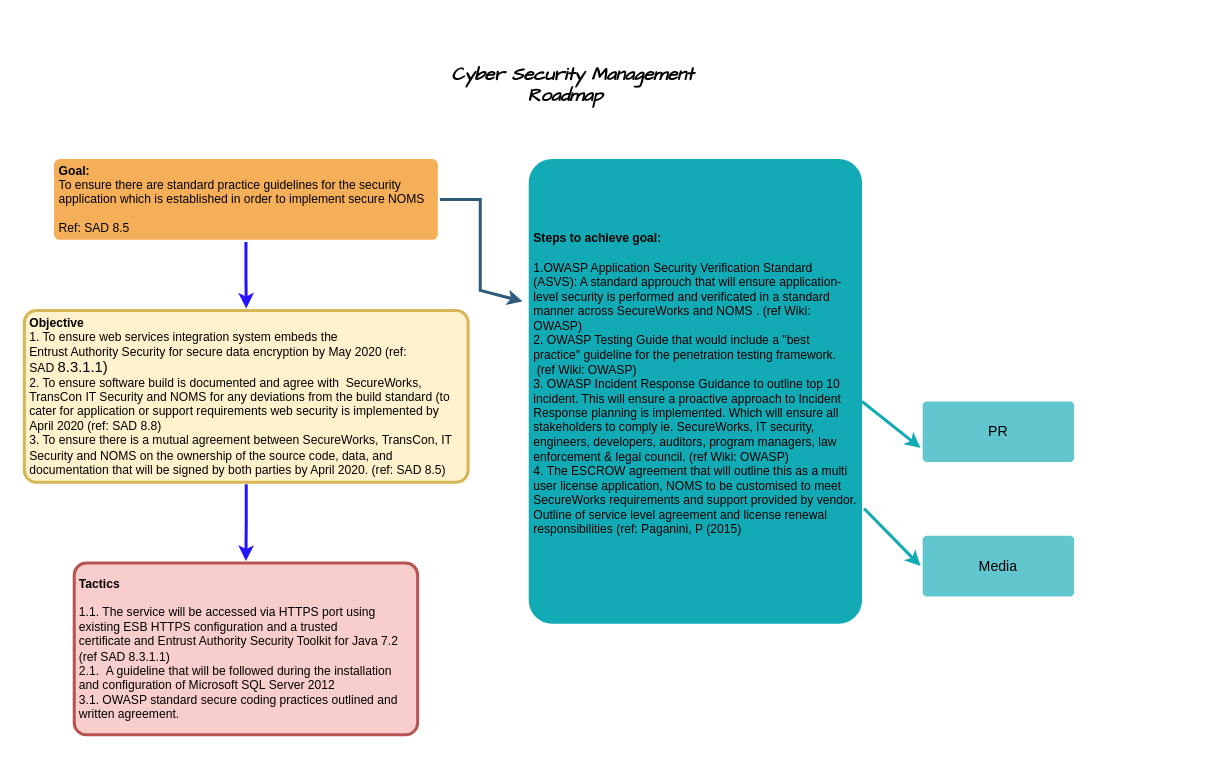
manisharj/datafiles keeps this draw.io diagram as Untitled Diagram.drawio. Above is the earlier version. Source tidied: cells renumbered, new cells numbered last; positions are measured from the earlier drawing's top-left corner, leaving out a move shared by most shapes. Both pictures are drawn from the tidied source at 101%, with x=0, y=0 at pixel (24, 17).
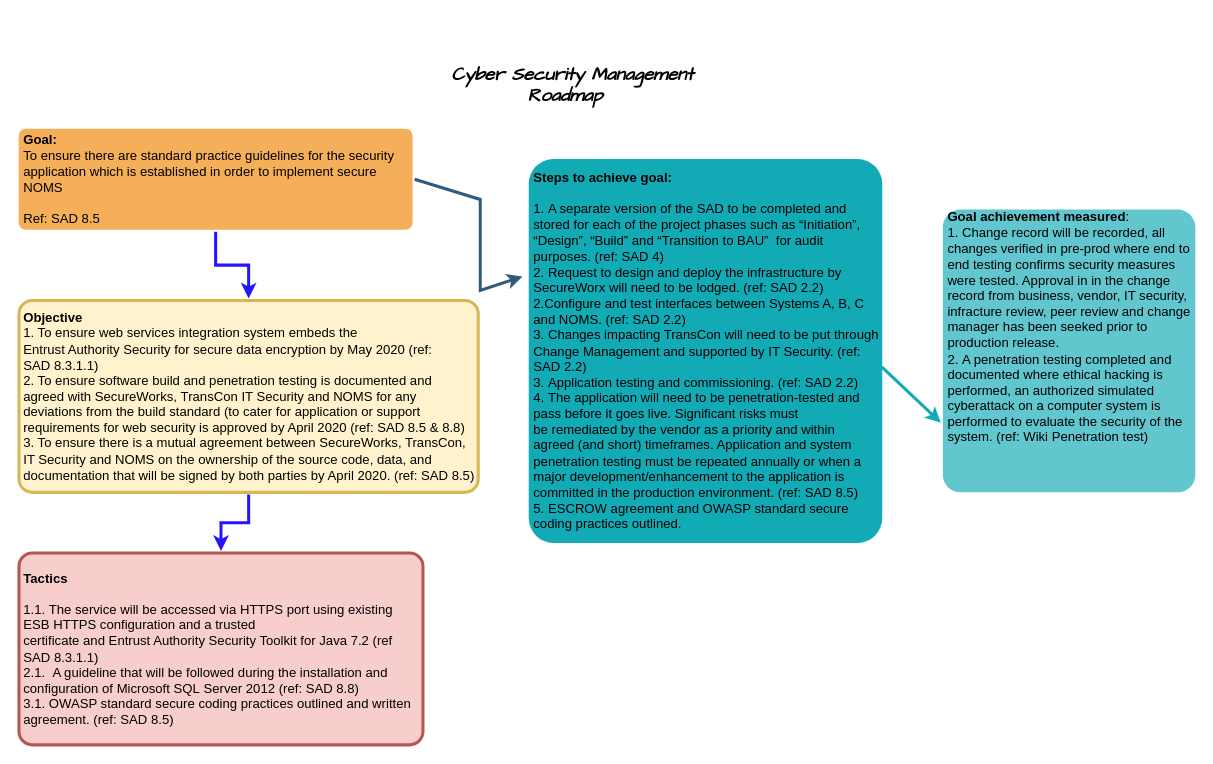
After the change.

What changed in the source:
```diff
@@
 <mxGraphModel background="#ffffff">
   <root>
     <mxCell id="0" />
     <mxCell id="1" parent="0" />
     <mxCell id="2" style="edgeStyle=none;rounded=0;jumpStyle=none;html=1;shadow=0;labelBackgroundColor=none;startArrow=none;startFill=0;endArrow=classic;endFill=1;jettySize=auto;strokeColor=#2F5B7C;strokeWidth=3;fontFamily=Helvetica;fontSize=16;fontColor=#23445D;spacing=5;exitX=1;exitY=0.5;exitDx=0;exitDy=0;entryX=-0.012;entryY=0.308;entryDx=0;entryDy=0;entryPerimeter=0;" parent="1" edge="1" source="7" target="8">
       <mxGeometry relative="1" as="geometry">
         <Array as="points">
           <mxPoint x="451" y="180" />
           <mxPoint x="451" y="270" />
         </Array>
       </mxGeometry>
     </mxCell>
-    <mxCell id="3" value="&lt;b&gt;Tactics&lt;/b&gt;&lt;br&gt;&lt;br&gt;1.1.&amp;nbsp;&lt;span&gt;The service will be accessed via HTTPS port using existing ESB HTTPS configuration and a trusted&lt;/span&gt;&lt;div&gt;certificate and&amp;nbsp;Entrust Authority Security Toolkit for Java 7.2 (ref SAD 8.3.1.1)&lt;/div&gt;2.1.&amp;nbsp;&lt;span&gt;&amp;nbsp;A guideline that will be followed during the installation and configuration of Microsoft SQL&amp;nbsp;&lt;/span&gt;&lt;span&gt;Server 2012&lt;/span&gt;&lt;span&gt;&lt;br&gt;&lt;/span&gt;3.1.&amp;nbsp;OWASP standard secure coding practices outlined and written agreement.&amp;nbsp;" style="rounded=1;whiteSpace=wrap;html=1;shadow=0;labelBackgroundColor=none;strokeColor=#b85450;strokeWidth=3;fillColor=#f8cecc;fontFamily=Helvetica;fontSize=12;align=left;fontStyle=0;spacing=5;arcSize=7;perimeterSpacing=2;" parent="1" vertex="1">
-      <mxGeometry x="49" y="540" width="340" height="170" as="geometry" />
+    <mxCell id="3" value="&lt;b style=&quot;font-size: 13px;&quot;&gt;Tactics&lt;/b&gt;&lt;br style=&quot;font-size: 13px;&quot;&gt;&lt;br style=&quot;font-size: 13px;&quot;&gt;1.1.&amp;nbsp;&lt;span style=&quot;font-size: 13px;&quot;&gt;The service will be accessed via HTTPS port using existing ESB HTTPS configuration and a trusted&lt;/span&gt;&lt;div style=&quot;font-size: 13px;&quot;&gt;certificate and&amp;nbsp;Entrust Authority Security Toolkit for Java 7.2 (ref SAD 8.3.1.1)&lt;/div&gt;2.1.&amp;nbsp;&lt;span style=&quot;font-size: 13px;&quot;&gt;&amp;nbsp;A guideline that will be followed during the installation and configuration of Microsoft SQL&amp;nbsp;&lt;/span&gt;&lt;span style=&quot;font-size: 13px;&quot;&gt;Server 2012&amp;nbsp;&lt;/span&gt;(ref: SAD 8.8)&lt;span style=&quot;font-size: 13px;&quot;&gt;&lt;br style=&quot;font-size: 13px;&quot;&gt;&lt;/span&gt;3.1.&amp;nbsp;OWASP standard secure coding practices outlined and written agreement. (ref: SAD 8.5)" style="rounded=1;whiteSpace=wrap;html=1;shadow=0;labelBackgroundColor=none;strokeColor=#b85450;strokeWidth=3;fillColor=#f8cecc;fontFamily=Helvetica;fontSize=13;align=left;fontStyle=0;spacing=5;arcSize=7;perimeterSpacing=2;" parent="1" vertex="1">
+      <mxGeometry x="-5.7" y="530" width="400" height="190" as="geometry" />
     </mxCell>
     <mxCell id="4" style="edgeStyle=orthogonalEdgeStyle;rounded=0;jettySize=auto;html=1;strokeColor=#2414FF;strokeWidth=3;fontFamily=Comic Sans MS;fontSize=12;fontColor=#000000;" parent="1" edge="1" source="5" target="3">
       <mxGeometry relative="1" as="geometry" />
     </mxCell>
-    <mxCell id="5" value="&lt;b&gt;&lt;br&gt;Objective&lt;br&gt;&lt;/b&gt;1. To ensure  web services integration system embeds the&lt;br&gt;Entrust Authority Security for secure data encryption by May 2020 (ref: SAD&amp;nbsp;&lt;span style=&quot;font-size: 11.0pt ; line-height: 107% ; font-family: &amp;#34;calibri&amp;#34; , sans-serif&quot;&gt;8.3.1.1)&lt;/span&gt;&lt;br&gt;2. To ensure software build is documented and agree with&amp;nbsp; SecureWorks,&lt;br&gt;TransCon&amp;nbsp;IT Security and NOMS for any deviations from the build standard (to cater for&amp;nbsp;application or support requirements web security is implemented by April 2020 (ref: SAD 8.8)&lt;br&gt;3. To ensure there is a mutual agreement between SecureWorks, TransCon, IT Security and NOMS on the ownership of the source code, data, and documentation that will be signed by both parties by April 2020. (ref: SAD 8.5)&lt;br&gt;&amp;nbsp;&amp;nbsp;" style="rounded=1;whiteSpace=wrap;html=1;shadow=0;labelBackgroundColor=none;strokeColor=#d6b656;strokeWidth=3;fillColor=#fff2cc;fontFamily=Helvetica;fontSize=12;align=left;spacing=5;fontStyle=0;arcSize=7;perimeterSpacing=2;" parent="1" vertex="1">
-      <mxGeometry x="-0.4" y="290" width="439.4" height="170" as="geometry" />
+    <mxCell id="5" value="&lt;b style=&quot;font-size: 13px&quot;&gt;&lt;br style=&quot;font-size: 13px&quot;&gt;Objective&lt;br style=&quot;font-size: 13px&quot;&gt;&lt;/b&gt;1. To ensure  web services integration system embeds the&lt;br style=&quot;font-size: 13px&quot;&gt;Entrust Authority Security for secure data encryption by May 2020 (ref: SAD&amp;nbsp;&lt;span style=&quot;font-size: 13px ; line-height: 107% ; font-family: &amp;#34;calibri&amp;#34; , sans-serif&quot;&gt;8.3.1.1)&lt;/span&gt;&lt;br style=&quot;font-size: 13px&quot;&gt;2. To ensure software build and penetration testing is documented and agreed with SecureWorks,&amp;nbsp;TransCon&amp;nbsp;IT Security and NOMS for any deviations from the build standard (to cater for&amp;nbsp;application or support requirements for web security is approved by April 2020 (ref: SAD 8.5 &amp;amp; 8.8)&lt;br style=&quot;font-size: 13px&quot;&gt;3. To ensure there is a mutual agreement between SecureWorks, TransCon, IT Security and NOMS on the ownership of the source code, data, and documentation that will be signed by both parties by April 2020. (ref: SAD 8.5)&lt;br style=&quot;font-size: 13px&quot;&gt;&amp;nbsp;&amp;nbsp;" style="rounded=1;whiteSpace=wrap;html=1;shadow=0;labelBackgroundColor=none;strokeColor=#d6b656;strokeWidth=3;fillColor=#fff2cc;fontFamily=Helvetica;fontSize=13;align=left;spacing=5;fontStyle=0;arcSize=7;perimeterSpacing=2;" parent="1" vertex="1">
+      <mxGeometry x="-5.7" y="280" width="454.7" height="190" as="geometry" />
     </mxCell>
     <mxCell id="6" style="edgeStyle=orthogonalEdgeStyle;rounded=0;jettySize=auto;html=1;exitX=0.5;exitY=1;exitDx=0;exitDy=0;entryX=0.5;entryY=0;entryDx=0;entryDy=0;fontFamily=Comic Sans MS;fontSize=12;fontColor=#000000;strokeColor=#2414FF;strokeWidth=3;" parent="1" edge="1" source="7" target="5">
       <mxGeometry relative="1" as="geometry" />
     </mxCell>
-    <mxCell id="7" value="&lt;b&gt;Goal:&lt;/b&gt; &lt;br&gt;To ensure there are standard practice guidelines for the security application which is established in order to implement secure NOMS&lt;br style=&quot;font-size: 12px&quot;&gt;&lt;br style=&quot;font-size: 12px&quot;&gt;Ref: SAD 8.5" style="rounded=1;whiteSpace=wrap;html=1;shadow=0;labelBackgroundColor=none;strokeColor=none;strokeWidth=3;fillColor=#f5af58;fontFamily=Helvetica;fontSize=12;align=left;spacing=5;arcSize=7;perimeterSpacing=2;" parent="1" vertex="1">
-      <mxGeometry x="29" y="140" width="380" height="80" as="geometry" />
+    <mxCell id="7" value="&lt;b style=&quot;font-size: 13px;&quot;&gt;Goal:&lt;/b&gt; &lt;br style=&quot;font-size: 13px;&quot;&gt;To ensure there are standard practice guidelines for the security application which is established in order to implement secure NOMS&lt;br style=&quot;font-size: 13px;&quot;&gt;&lt;br style=&quot;font-size: 13px;&quot;&gt;Ref: SAD 8.5" style="rounded=1;whiteSpace=wrap;html=1;shadow=0;labelBackgroundColor=none;strokeColor=none;strokeWidth=3;fillColor=#f5af58;fontFamily=Helvetica;fontSize=13;align=left;spacing=5;arcSize=7;perimeterSpacing=2;" parent="1" vertex="1">
+      <mxGeometry x="-6" y="110" width="390" height="100" as="geometry" />
     </mxCell>
-    <mxCell id="8" value="&lt;b&gt;Steps to achieve goal:&amp;nbsp;&lt;br&gt;&lt;br&gt;&lt;/b&gt;1.&lt;span&gt;OWASP Application Security Verification Standard (ASVS): A standard approuch that will ensure&amp;nbsp;&lt;/span&gt;application-level security is performed and verificated in a standard manner across SecureWorks and NOMS&lt;span&gt;&amp;nbsp;. (ref Wiki: OWASP)&lt;/span&gt;&lt;div&gt;2. OWASP Testing Guide that would include a &quot;best practice&quot; guideline for the penetration testing framework.&amp;nbsp;&lt;/div&gt;&amp;nbsp;(ref Wiki: OWASP)&lt;div&gt;3. OWASP Incident Response Guidance to outline top 10 incident. This will ensure a proactive approach to Incident Response planning is implemented. Which will ensure all stakeholders to comply ie. SecureWorks, IT security, engineers, developers, auditors, program managers, law enforcement &amp;amp; legal council.&amp;nbsp;(ref Wiki: OWASP)&lt;/div&gt;&lt;div&gt;4.&amp;nbsp;&lt;span&gt;The ESCROW agreement that will outline this as a&lt;/span&gt;&lt;span&gt;&amp;nbsp;multi user license&amp;nbsp;application, NOMS to be customised to meet SecureWorks requirements and support provided by vendor. Outline of service level agreement and license renewal responsibilities (ref:&amp;nbsp;&lt;/span&gt;&lt;span&gt;Paganini, P (2015)&lt;/span&gt;&lt;/div&gt;&lt;div&gt;&lt;span&gt;&amp;nbsp;&lt;/span&gt;&lt;/div&gt;&lt;div&gt;&lt;/div&gt;" style="rounded=1;whiteSpace=wrap;html=1;shadow=0;labelBackgroundColor=none;strokeColor=none;strokeWidth=3;fillColor=#12aab5;fontFamily=Helvetica;fontSize=12;align=left;spacing=5;fontStyle=0;arcSize=7;perimeterSpacing=2;" parent="1" vertex="1">
-      <mxGeometry x="499" y="140" width="330" height="460" as="geometry" />
+    <mxCell id="8" value="&lt;b style=&quot;font-size: 13px&quot;&gt;Steps to achieve goal:&amp;nbsp;&lt;br style=&quot;font-size: 13px&quot;&gt;&lt;br style=&quot;font-size: 13px&quot;&gt;&lt;/b&gt;1.&amp;nbsp;A separate version of the SAD to be completed and stored for each of the project phases such as “Initiation”, “Design”,&amp;nbsp;“Build” and “Transition to BAU”&amp;nbsp; for audit purposes. (ref: SAD 4)&lt;br&gt;2. Request to design and deploy the infrastructure by SecureWorx will need to be lodged. (ref: SAD 2.2)&lt;br&gt;2.Configure and test interfaces between Systems A, B, C and NOMS. (ref: SAD 2.2)&lt;br&gt;3.&amp;nbsp;&lt;span&gt;Changes impacting TransCon will need to be put through Change Management and&amp;nbsp;&lt;/span&gt;&lt;span&gt;supported by IT Security.&amp;nbsp;(ref: SAD 2.2)&lt;/span&gt;&lt;span&gt;&lt;br&gt;&lt;/span&gt;3.&amp;nbsp;Application testing and commissioning. (ref: SAD 2.2)&lt;br&gt;4.&amp;nbsp;The application will need to be penetration-tested and pass before it goes live. Significant risks must&lt;br&gt;be remediated by the vendor as a priority and within agreed (and short) timeframes. Application and&amp;nbsp;&lt;span&gt;system penetration testing must be repeated annually or when a major development/enhancement&amp;nbsp;&lt;/span&gt;&lt;span&gt;to the application is committed in the production environment. (ref: SAD 8.5)&lt;br&gt;&lt;/span&gt;&lt;span&gt;5. ESCROW agreement and OWASP standard secure coding practices outlined.&lt;br&gt;&lt;/span&gt;&lt;div style=&quot;font-size: 13px&quot;&gt;&lt;/div&gt;" style="rounded=1;whiteSpace=wrap;html=1;shadow=0;labelBackgroundColor=none;strokeColor=none;strokeWidth=3;fillColor=#12aab5;fontFamily=Helvetica;fontSize=13;align=left;spacing=5;fontStyle=0;arcSize=7;perimeterSpacing=2;" parent="1" vertex="1">
+      <mxGeometry x="499" y="140" width="350" height="380" as="geometry" />
     </mxCell>
-    <mxCell id="9" value="Media" style="rounded=1;whiteSpace=wrap;html=1;shadow=0;labelBackgroundColor=none;strokeColor=none;strokeWidth=3;fillColor=#61c6ce;fontFamily=Helvetica;fontSize=14;align=center;spacing=5;fontStyle=0;arcSize=7;perimeterSpacing=2;" parent="1" vertex="1">
-      <mxGeometry x="889" y="513" width="150" height="60" as="geometry" />
-    </mxCell>
-    <mxCell id="10" value="PR" style="rounded=1;whiteSpace=wrap;html=1;shadow=0;labelBackgroundColor=none;strokeColor=none;strokeWidth=3;fillColor=#61c6ce;fontFamily=Helvetica;fontSize=14;align=center;spacing=5;fontStyle=0;arcSize=7;perimeterSpacing=2;" parent="1" vertex="1">
-      <mxGeometry x="889" y="380" width="150" height="60" as="geometry" />
+    <mxCell id="10" value="&lt;b style=&quot;font-size: 13px&quot;&gt;Goal achievement measured&lt;/b&gt;:&lt;br style=&quot;font-size: 13px&quot;&gt;1. Change record will be recorded, all changes verified in pre-prod where end to end testing confirms security measures were tested. Approval in in the change record from business, vendor, IT security, infracture review, peer review and change manager has been seeked prior to production release.&amp;nbsp;&amp;nbsp;&lt;br style=&quot;font-size: 13px&quot;&gt;2.&amp;nbsp;A penetration testing completed and documented where ethical hacking is performed, an authorized simulated cyberattack on a computer system is performed to evaluate the security of the system. (ref: Wiki Penetration test)&lt;br style=&quot;font-size: 13px&quot;&gt;&lt;br style=&quot;font-size: 13px&quot;&gt;&lt;br style=&quot;font-size: 13px&quot;&gt;&lt;br style=&quot;font-size: 13px&quot;&gt;" style="rounded=1;whiteSpace=wrap;html=1;shadow=0;labelBackgroundColor=none;strokeColor=none;strokeWidth=3;fillColor=#61c6ce;fontFamily=Helvetica;fontSize=13;align=left;spacing=5;fontStyle=0;arcSize=7;perimeterSpacing=2;" parent="1" vertex="1">
+      <mxGeometry x="909" y="190" width="250" height="280" as="geometry" />
     </mxCell>
-    <mxCell id="11" style="edgeStyle=none;rounded=1;jumpStyle=none;html=1;shadow=0;labelBackgroundColor=none;startArrow=none;startFill=0;jettySize=auto;strokeColor=#12AAB5;strokeWidth=3;fontFamily=Helvetica;fontSize=14;fontColor=#FFFFFF;spacing=5;fontStyle=1;fillColor=#b0e3e6;entryX=0;entryY=0.75;entryDx=0;entryDy=0;" parent="1" edge="1" target="10">
-      <mxGeometry relative="1" as="geometry">
-        <mxPoint x="829" y="380" as="sourcePoint" />
-      </mxGeometry>
+    <mxCell id="11" style="edgeStyle=none;rounded=1;jumpStyle=none;html=1;shadow=0;labelBackgroundColor=none;startArrow=none;startFill=0;jettySize=auto;strokeColor=#12AAB5;strokeWidth=3;fontFamily=Helvetica;fontSize=14;fontColor=#FFFFFF;spacing=5;fontStyle=1;fillColor=#b0e3e6;entryX=0;entryY=0.75;entryDx=0;entryDy=0;exitX=0.993;exitY=0.541;exitDx=0;exitDy=0;exitPerimeter=0;" parent="1" edge="1" source="8" target="10">
+      <mxGeometry relative="1" as="geometry" />
     </mxCell>
     <mxCell id="12" value="&lt;br style=&quot;font-size: 18px;&quot;&gt;&lt;br style=&quot;font-size: 18px;&quot;&gt;&lt;span style=&quot;font-size: 18px;&quot;&gt;&lt;b style=&quot;color: rgb(0, 0, 0); font-family: &amp;quot;comic sans ms&amp;quot;; font-size: 18px; font-style: normal; letter-spacing: normal; text-align: justify; text-indent: -9.46667px; text-transform: none; word-spacing: 0px;&quot;&gt;&lt;i style=&quot;font-size: 18px;&quot;&gt;&amp;nbsp; Cyber Security Management Roadmap&lt;/i&gt;&lt;/b&gt;&lt;br style=&quot;font-size: 18px;&quot;&gt;&lt;/span&gt;" style="text;html=1;strokeColor=none;fillColor=none;align=center;verticalAlign=middle;whiteSpace=wrap;rounded=0;fontFamily=Comic Sans MS;labelBackgroundColor=#FFFFFF;fontSize=18;" parent="1" vertex="1">
       <mxGeometry x="389" width="292.8" height="90" as="geometry" />
     </mxCell>
-    <mxCell id="13" style="edgeStyle=none;rounded=1;jumpStyle=none;html=1;shadow=0;labelBackgroundColor=none;startArrow=none;startFill=0;jettySize=auto;strokeColor=#12AAB5;strokeWidth=3;fontFamily=Helvetica;fontSize=14;fontColor=#FFFFFF;spacing=5;fontStyle=1;fillColor=#b0e3e6;entryX=0;entryY=0.5;entryDx=0;entryDy=0;exitX=1;exitY=0.75;exitDx=0;exitDy=0;" parent="1" edge="1" source="8" target="9">
-      <mxGeometry relative="1" as="geometry" />
-    </mxCell>
   </root>
 </mxGraphModel>
```
